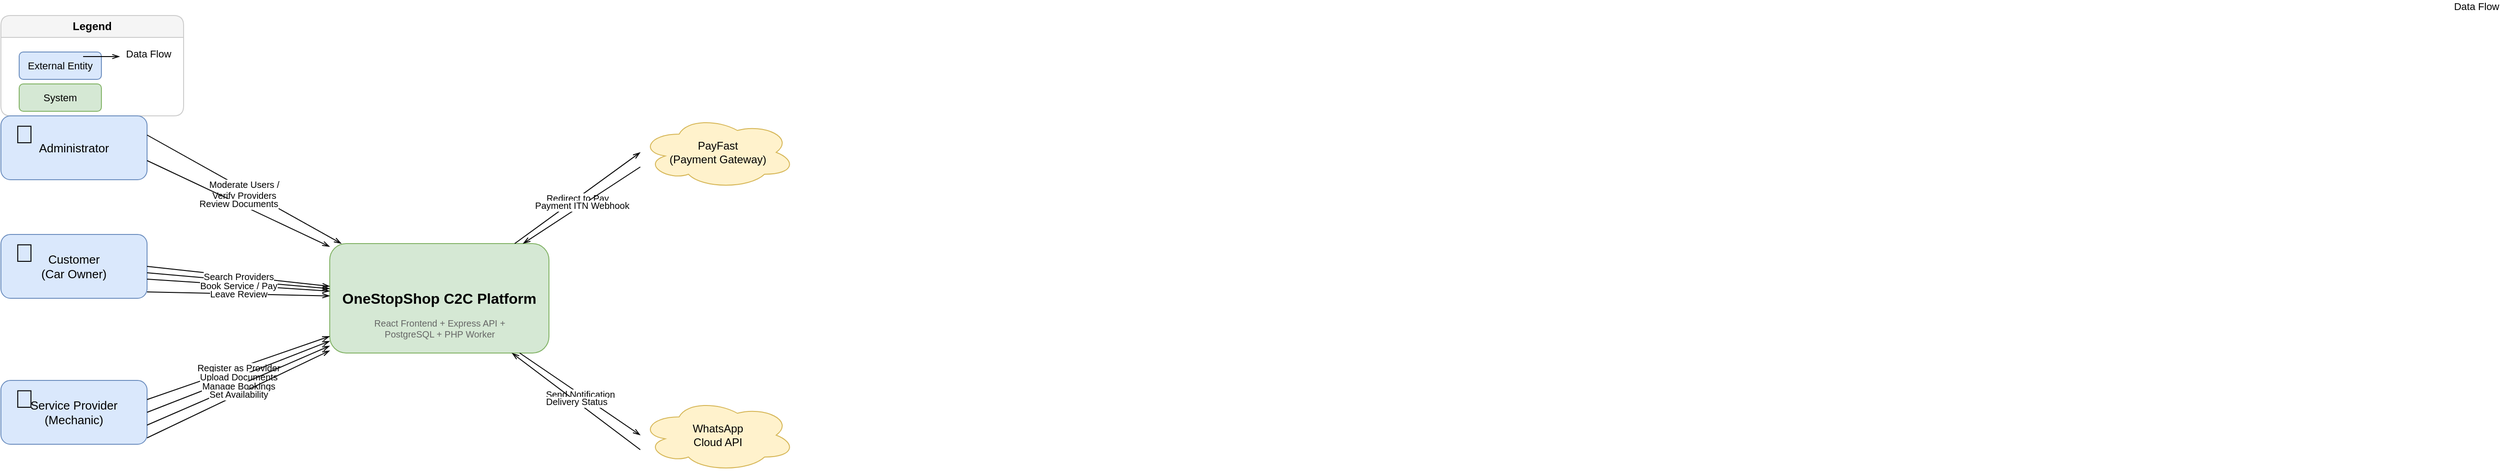
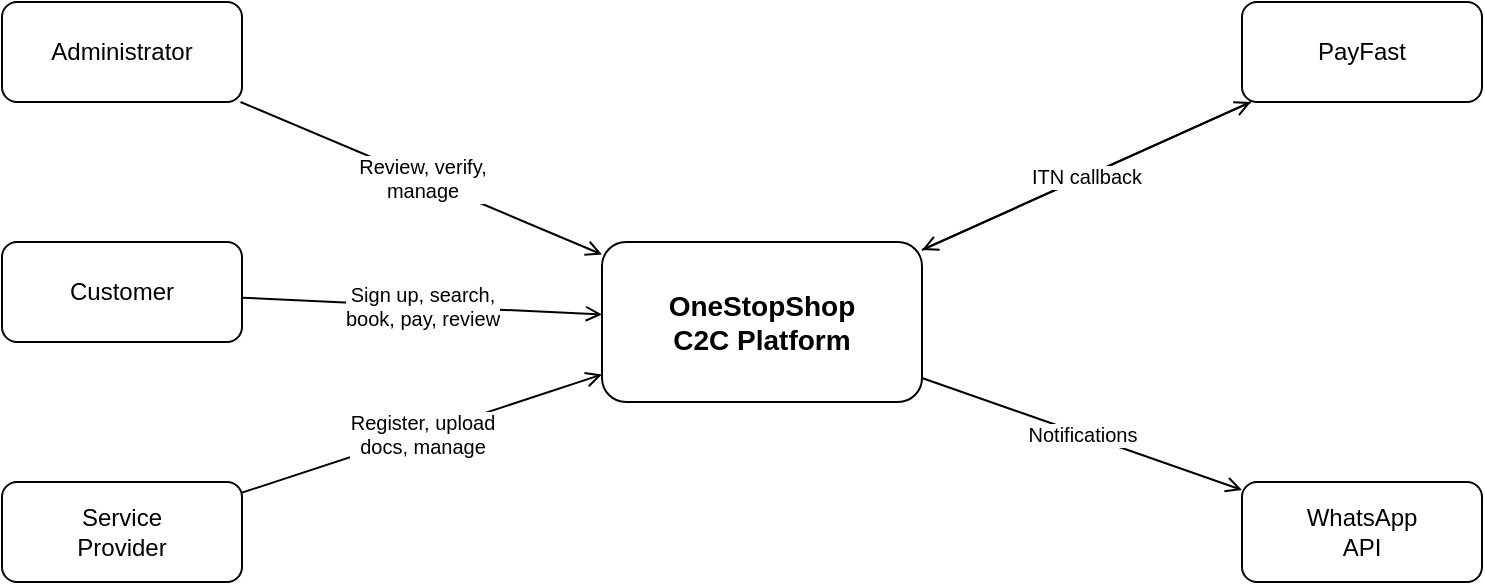
<?xml version="1.0" encoding="UTF-8"?>
- <mxfile host="Hermes Agent" modified="2026-06-03T19:00:00.000Z" agent="Hermes" version="24.6.5">
+ <mxfile host="Hermes Agent" modified="2026-06-03T19:20:00.000Z" agent="Hermes" version="24.6.5">
  <diagram id="context-diagram" name="Context Diagram">
-     <mxGraphModel dx="1200" dy="800" grid="1" gridSize="10" guides="1" tooltips="1" connect="1" arrows="1" fold="1" page="1" pageScale="1" pageWidth="1100" pageHeight="850" math="0" shadow="0">
+     <mxGraphModel dx="1000" dy="600" grid="1" gridSize="10" guides="1" tooltips="1" connect="1" arrows="1" fold="1" page="1" pageScale="1" pageWidth="1100" pageHeight="850" math="0" shadow="0">
      <root>
        <mxCell id="0" />
        <mxCell id="1" parent="0" />

-         <!-- Legend -->
-         <mxCell id="legend-bg" value="Legend" style="swimlane;whiteSpace=wrap;html=1;startSize=24;horizontal=1;container=1;collapsible=0;rounded=1;fillColor=#f5f5f5;strokeColor=#cccccc;fontSize=12;fontStyle=1;" vertex="1" parent="1">
-           <mxGeometry x="40" y="40" width="200" height="110" as="geometry" />
-         </mxCell>
-         <mxCell id="legend-ext" value="External Entity" style="rounded=1;whiteSpace=wrap;html=1;fillColor=#dae8fc;strokeColor=#6c8ebf;fontSize=11;" vertex="1" parent="legend-bg">
-           <mxGeometry x="20" y="40" width="90" height="30" as="geometry" />
-         </mxCell>
-         <mxCell id="legend-sys" value="System" style="rounded=1;whiteSpace=wrap;html=1;fillColor=#d5e8d4;strokeColor=#82b366;fontSize=11;" vertex="1" parent="legend-bg">
-           <mxGeometry x="20" y="75" width="90" height="30" as="geometry" />
-         </mxCell>
-         <mxCell id="legend-flow" value="Data Flow" style="html=1;rounded=1;endArrow=openThin;fontSize=11;" edge="1" parent="1">
-           <mxGeometry x="130" y="55" width="50" height="0" relative="1" as="geometry">
-             <mxPoint x="130" y="85" as="sourcePoint" />
-             <mxPoint x="170" y="85" as="targetPoint" />
-           </mxGeometry>
-         </mxCell>
-         <mxCell id="legend-flow-label" value="Data Flow" style="text;html=1;strokeColor=none;fillColor=none;align=left;verticalAlign=middle;fontSize=11;" vertex="1" parent="1">
-           <mxGeometry x="175" y="72" width="60" height="20" as="geometry" />
+         <!-- System (centre) -->
+         <mxCell id="system" value="OneStopShop&#10;C2C Platform" style="rounded=1;whiteSpace=wrap;html=1;fontSize=14;fontStyle=1;" vertex="1" parent="1">
+           <mxGeometry x="400" y="280" width="160" height="80" as="geometry" />
        </mxCell>

-         <!-- System (center) -->
-         <mxCell id="system-box" value="OneStopShop C2C Platform" style="rounded=1;whiteSpace=wrap;html=1;fillColor=#d5e8d4;strokeColor=#82b366;fontSize=16;fontStyle=1;" vertex="1" parent="1">
-           <mxGeometry x="400" y="290" width="240" height="120" as="geometry" />
+         <!-- External entities -->
+         <mxCell id="ext-customer" value="Customer" style="rounded=1;whiteSpace=wrap;html=1;fontSize=12;" vertex="1" parent="1">
+           <mxGeometry x="100" y="280" width="120" height="50" as="geometry" />
        </mxCell>
-         <mxCell id="system-detail" value="React Frontend + Express API +&#10;PostgreSQL + PHP Worker" style="text;html=1;strokeColor=none;fillColor=none;align=center;verticalAlign=top;fontSize=10;fontColor=#666666;" vertex="1" parent="system-box">
-           <mxGeometry x="10" y="75" width="220" height="40" as="geometry" />
+         <mxCell id="ext-provider" value="Service&#10;Provider" style="rounded=1;whiteSpace=wrap;html=1;fontSize=12;" vertex="1" parent="1">
+           <mxGeometry x="100" y="400" width="120" height="50" as="geometry" />
+         </mxCell>
+         <mxCell id="ext-admin" value="Administrator" style="rounded=1;whiteSpace=wrap;html=1;fontSize=12;" vertex="1" parent="1">
+           <mxGeometry x="100" y="160" width="120" height="50" as="geometry" />
+         </mxCell>
+         <mxCell id="ext-payfast" value="PayFast" style="rounded=1;whiteSpace=wrap;html=1;fontSize=12;" vertex="1" parent="1">
+           <mxGeometry x="720" y="160" width="120" height="50" as="geometry" />
+         </mxCell>
+         <mxCell id="ext-whatsapp" value="WhatsApp&#10;API" style="rounded=1;whiteSpace=wrap;html=1;fontSize=12;" vertex="1" parent="1">
+           <mxGeometry x="720" y="400" width="120" height="50" as="geometry" />
        </mxCell>

-         <!-- External Entities -->
-         <!-- Customer -->
-         <mxCell id="customer" value="Customer&#10;(Car Owner)" style="rounded=1;whiteSpace=wrap;html=1;fillColor=#dae8fc;strokeColor=#6c8ebf;fontSize=13;" vertex="1" parent="1">
-           <mxGeometry x="40" y="280" width="160" height="70" as="geometry" />
-         </mxCell>
-         <mxCell id="customer-icon" value="&#x1f9d1;" style="text;html=1;strokeColor=none;fillColor=none;align=center;verticalAlign=middle;fontSize=28;" vertex="1" parent="customer">
-           <mxGeometry x="10" y="5" width="30" height="30" as="geometry" />
-         </mxCell>
- 
-         <!-- Service Provider -->
-         <mxCell id="provider" value="Service Provider&#10;(Mechanic)" style="rounded=1;whiteSpace=wrap;html=1;fillColor=#dae8fc;strokeColor=#6c8ebf;fontSize=13;" vertex="1" parent="1">
-           <mxGeometry x="40" y="440" width="160" height="70" as="geometry" />
-         </mxCell>
-         <mxCell id="provider-icon" value="&#x1f527;" style="text;html=1;strokeColor=none;fillColor=none;align=center;verticalAlign=middle;fontSize=28;" vertex="1" parent="provider">
-           <mxGeometry x="10" y="5" width="30" height="30" as="geometry" />
-         </mxCell>
- 
-         <!-- Admin -->
-         <mxCell id="admin" value="Administrator" style="rounded=1;whiteSpace=wrap;html=1;fillColor=#dae8fc;strokeColor=#6c8ebf;fontSize=13;" vertex="1" parent="1">
-           <mxGeometry x="40" y="150" width="160" height="70" as="geometry" />
-         </mxCell>
-         <mxCell id="admin-icon" value="&#x1f464;" style="text;html=1;strokeColor=none;fillColor=none;align=center;verticalAlign=middle;fontSize=28;" vertex="1" parent="admin">
-           <mxGeometry x="10" y="5" width="30" height="30" as="geometry" />
-         </mxCell>
- 
-         <!-- PayFast -->
-         <mxCell id="payfast" value="PayFast&#10;(Payment Gateway)" style="shape=cloud;whiteSpace=wrap;html=1;fillColor=#fff2cc;strokeColor=#d6b656;fontSize=12;" vertex="1" parent="1">
-           <mxGeometry x="740" y="150" width="170" height="80" as="geometry" />
-         </mxCell>
- 
-         <!-- WhatsApp -->
-         <mxCell id="whatsapp" value="WhatsApp&#10;Cloud API" style="shape=cloud;whiteSpace=wrap;html=1;fillColor=#fff2cc;strokeColor=#d6b656;fontSize=12;" vertex="1" parent="1">
-           <mxGeometry x="740" y="460" width="170" height="80" as="geometry" />
-         </mxCell>
- 
-         <!-- Data Flows: Customer -->
-         <mxCell id="flow-customer-register" value="Register / Login" style="html=1;rounded=1;endArrow=openThin;fontSize=10;" edge="1" parent="1" source="customer" target="system-box">
-           <mxGeometry relative="1" as="geometry">
-             <mxPoint x="200" y="310" as="sourcePoint" />
-             <mxPoint x="400" y="310" as="targetPoint" />
-           </mxGeometry>
-         </mxCell>
-         <mxCell id="flow-customer-search" value="Search Providers" style="html=1;rounded=1;endArrow=openThin;fontSize=10;exitX=1;exitY=0.5;" edge="1" parent="1" source="customer" target="system-box">
-           <mxGeometry relative="1" as="geometry">
-             <mxPoint x="200" y="315" as="sourcePoint" />
-             <mxPoint x="400" y="315" as="targetPoint" />
-           </mxGeometry>
-         </mxCell>
-         <mxCell id="flow-customer-book" value="Book Service / Pay" style="html=1;rounded=1;endArrow=openThin;fontSize=10;exitX=1;exitY=0.7;" edge="1" parent="1" source="customer" target="system-box">
-           <mxGeometry relative="1" as="geometry">
-             <mxPoint x="200" y="330" as="sourcePoint" />
-             <mxPoint x="400" y="340" as="targetPoint" />
-           </mxGeometry>
-         </mxCell>
-         <mxCell id="flow-customer-review" value="Leave Review" style="html=1;rounded=1;endArrow=openThin;fontSize=10;exitX=1;exitY=0.9;" edge="1" parent="1" source="customer" target="system-box">
+         <!-- Flows -->
+         <mxCell id="f-cust" value="Sign up, search,&#10;book, pay, review" style="html=1;rounded=1;endArrow=open;fontSize=10;" edge="1" parent="1" source="ext-customer" target="system">
          <mxGeometry relative="1" as="geometry" />
        </mxCell>
- 
-         <!-- Data Flows: Provider -->
-         <mxCell id="flow-provider-register" value="Register as Provider" style="html=1;rounded=1;endArrow=openThin;fontSize=10;exitX=1;exitY=0.3;" edge="1" parent="1" source="provider" target="system-box">
+         <mxCell id="f-prov" value="Register, upload&#10;docs, manage" style="html=1;rounded=1;endArrow=open;fontSize=10;" edge="1" parent="1" source="ext-provider" target="system">
          <mxGeometry relative="1" as="geometry" />
        </mxCell>
-         <mxCell id="flow-provider-docs" value="Upload Documents" style="html=1;rounded=1;endArrow=openThin;fontSize=10;exitX=1;exitY=0.5;" edge="1" parent="1" source="provider" target="system-box">
+         <mxCell id="f-admin" value="Review, verify,&#10;manage" style="html=1;rounded=1;endArrow=open;fontSize=10;" edge="1" parent="1" source="ext-admin" target="system">
          <mxGeometry relative="1" as="geometry" />
        </mxCell>
-         <mxCell id="flow-provider-manage" value="Manage Bookings" style="html=1;rounded=1;endArrow=openThin;fontSize=10;exitX=1;exitY=0.7;" edge="1" parent="1" source="provider" target="system-box">
+         <mxCell id="f-pay" value="Payments" style="html=1;rounded=1;endArrow=open;fontSize=10;" edge="1" parent="1" source="system" target="ext-payfast">
          <mxGeometry relative="1" as="geometry" />
        </mxCell>
-         <mxCell id="flow-provider-avail" value="Set Availability" style="html=1;rounded=1;endArrow=openThin;fontSize=10;exitX=1;exitY=0.9;" edge="1" parent="1" source="provider" target="system-box">
+         <mxCell id="f-itn" value="ITN callback" style="html=1;rounded=1;endArrow=open;fontSize=10;" edge="1" parent="1" source="ext-payfast" target="system">
          <mxGeometry relative="1" as="geometry" />
        </mxCell>
- 
-         <!-- Data Flows: Admin -->
-         <mxCell id="flow-admin-moderate" value="Moderate Users /&#10;Verify Providers" style="html=1;rounded=1;endArrow=openThin;fontSize=10;exitX=1;exitY=0.3;" edge="1" parent="1" source="admin" target="system-box">
-           <mxGeometry relative="1" as="geometry" />
-         </mxCell>
-         <mxCell id="flow-admin-docs" value="Review Documents" style="html=1;rounded=1;endArrow=openThin;fontSize=10;exitX=1;exitY=0.7;" edge="1" parent="1" source="admin" target="system-box">
-           <mxGeometry relative="1" as="geometry" />
-         </mxCell>
- 
-         <!-- Data Flows: PayFast -->
-         <mxCell id="flow-payfast-redirect" value="Redirect to Pay" style="html=1;rounded=1;endArrow=openThin;fontSize=10;entryX=0;entryY=0.5;" edge="1" parent="1" source="system-box" target="payfast">
-           <mxGeometry relative="1" as="geometry" />
-         </mxCell>
-         <mxCell id="flow-payfast-itn" value="Payment ITN Webhook" style="html=1;rounded=1;endArrow=openThin;fontSize=10;exitX=0;exitY=0.7;" edge="1" parent="1" source="payfast" target="system-box">
-           <mxGeometry relative="1" as="geometry" />
-         </mxCell>
- 
-         <!-- Data Flows: WhatsApp -->
-         <mxCell id="flow-whatsapp-out" value="Send Notification" style="html=1;rounded=1;endArrow=openThin;fontSize=10;entryX=0;entryY=0.5;" edge="1" parent="1" source="system-box" target="whatsapp">
-           <mxGeometry relative="1" as="geometry" />
-         </mxCell>
-         <mxCell id="flow-whatsapp-in" value="Delivery Status" style="html=1;rounded=1;endArrow=openThin;fontSize=10;exitX=0;exitY=0.7;" edge="1" parent="1" source="whatsapp" target="system-box">
+         <mxCell id="f-whatsapp" value="Notifications" style="html=1;rounded=1;endArrow=open;fontSize=10;" edge="1" parent="1" source="system" target="ext-whatsapp">
          <mxGeometry relative="1" as="geometry" />
        </mxCell>

      </root>
    </mxGraphModel>
  </diagram>
</mxfile>
